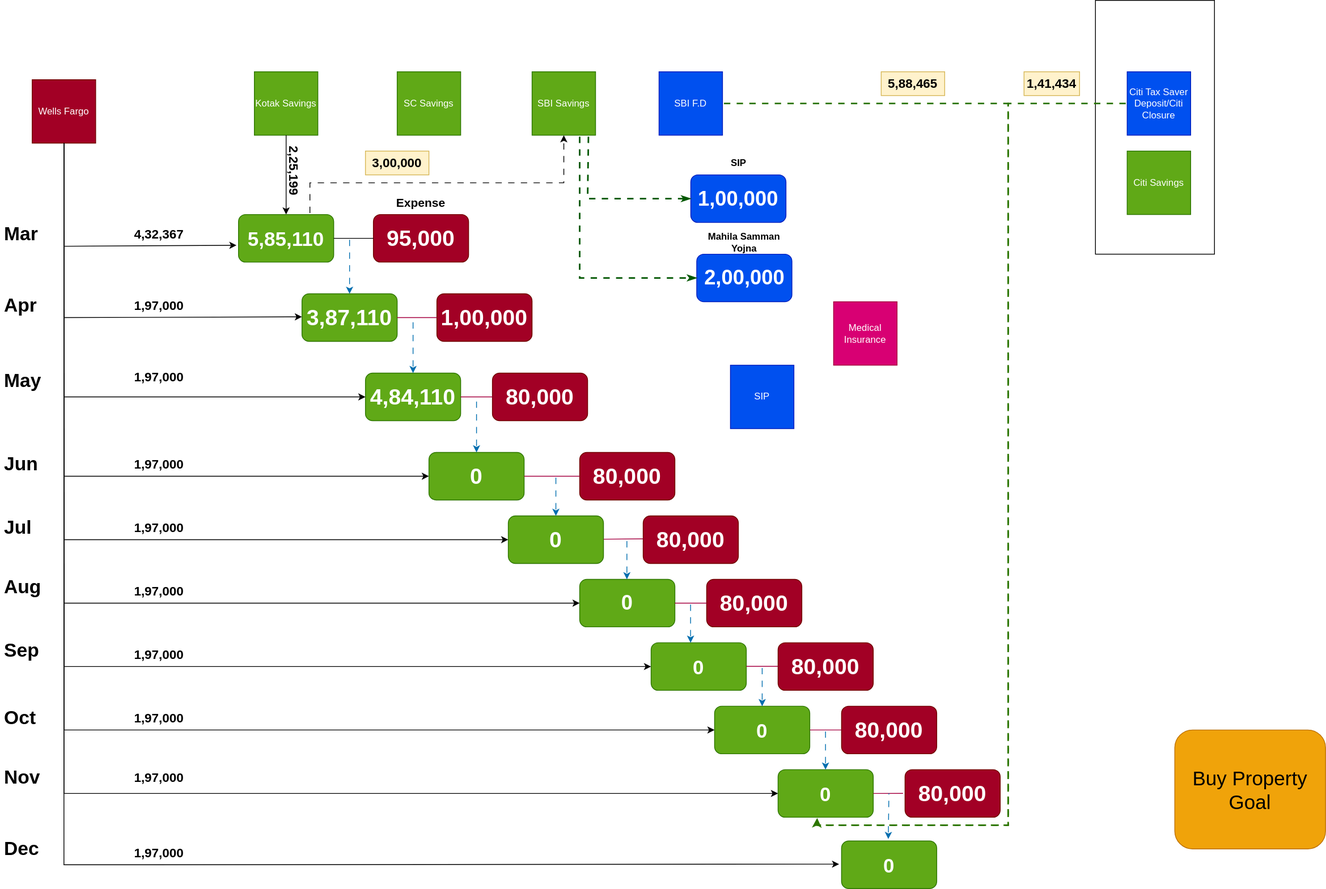
uchiharizvi/design-diagrams keeps this draw.io diagram as Investments.drawio.svg. Above is the earlier version. Source tidied: cells renumbered, new cells last; positions are measured from the earlier drawing's top-left corner, leaving out a move shared by most shapes.
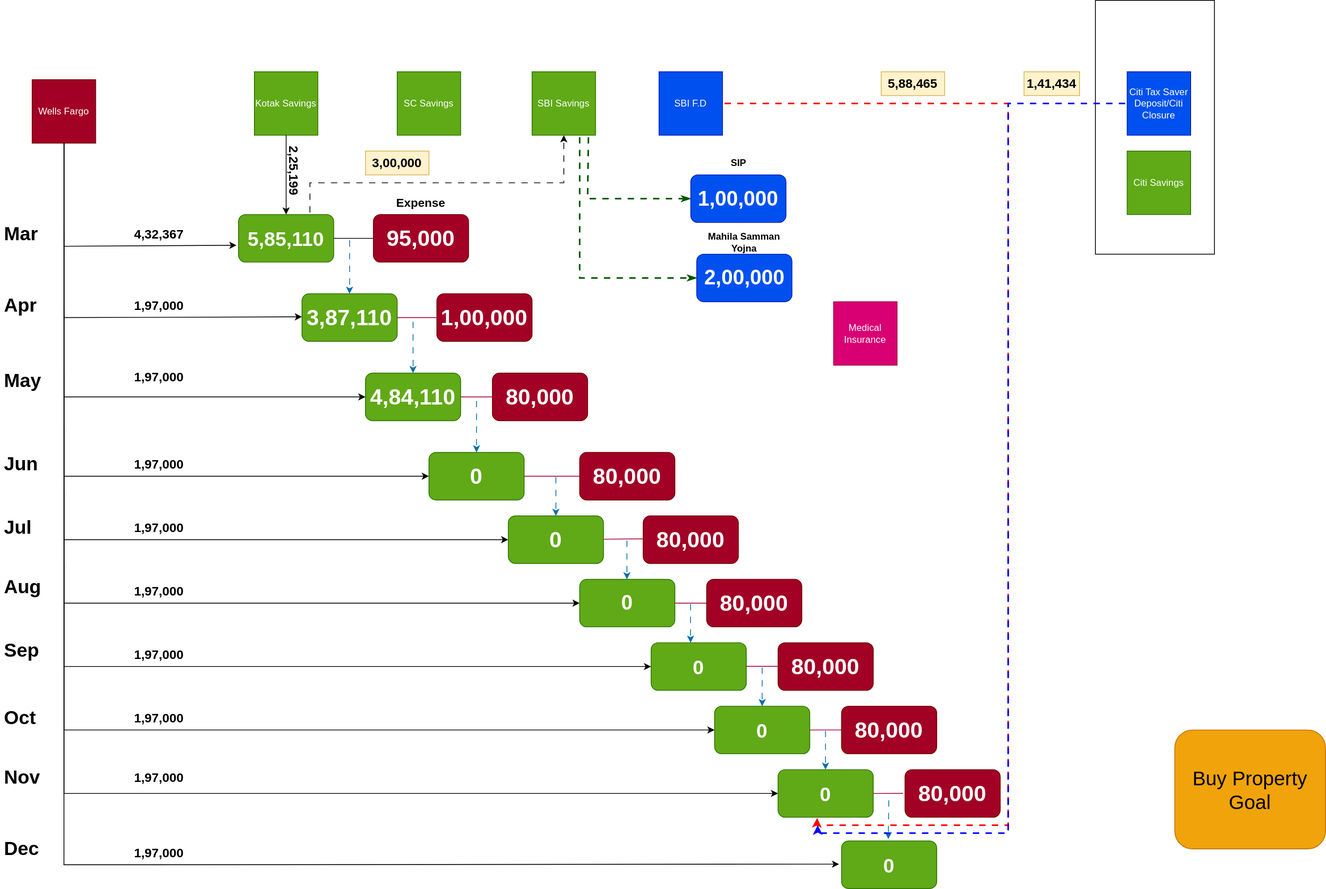
Later version of the same file.

Change to the diagram source:
```diff
@@ -306,7 +306,7 @@
     <mxCell id="73" value="&lt;h1&gt;Nov&lt;/h1&gt;" style="text;html=1;spacing=5;spacingTop=-20;whiteSpace=wrap;overflow=hidden;rounded=0;" parent="1" vertex="1">
       <mxGeometry y="960" width="110" height="40" as="geometry" />
     </mxCell>
-    <mxCell id="74" style="endArrow=classic;html=1;rounded=0;exitX=1;exitY=0.5;exitDx=0;exitDy=0;entryX=0.411;entryY=1.015;entryDx=0;entryDy=0;fillColor=#60a917;strokeColor=#2D7600;flowAnimation=1;strokeWidth=2;entryPerimeter=0;" parent="1" edge="1" source="76" target="69">
+    <mxCell id="74" style="endArrow=classic;html=1;rounded=0;exitX=1;exitY=0.5;exitDx=0;exitDy=0;entryX=0.411;entryY=1.015;entryDx=0;entryDy=0;fillColor=#60a917;strokeColor=#FF0000;flowAnimation=1;strokeWidth=2;entryPerimeter=0;" parent="1" edge="1" source="76" target="69">
       <mxGeometry relative="1" as="geometry">
         <Array as="points">
           <mxPoint x="1270" y="130" />
@@ -355,14 +355,14 @@
     <mxCell id="84" value="Citi Tax Saver Deposit/Citi Closure" style="whiteSpace=wrap;html=1;fillColor=#0050ef;fontColor=#ffffff;strokeColor=#001DBC;" parent="1" vertex="1">
       <mxGeometry x="1420" y="90" width="80" height="80" as="geometry" />
     </mxCell>
-    <mxCell id="85" style="endArrow=none;html=1;rounded=0;exitX=0;exitY=0.5;exitDx=0;exitDy=0;fillColor=#60a917;strokeColor=#2D7600;flowAnimation=1;strokeWidth=2;endFill=0;" parent="1" edge="1" source="84">
+    <mxCell id="85" style="endArrow=classic;html=1;rounded=0;exitX=0;exitY=0.5;exitDx=0;exitDy=0;fillColor=#60a917;strokeColor=#0000FF;flowAnimation=1;strokeWidth=2;endFill=1;" parent="1" edge="1" source="84">
       <mxGeometry relative="1" as="geometry">
         <mxPoint x="1030" y="1040" as="targetPoint" />
         <Array as="points">
           <mxPoint x="1270" y="130" />
           <mxPoint x="1270" y="840" />
-          <mxPoint x="1270" y="1040" />
-          <mxPoint x="1030" y="1040" />
+          <mxPoint x="1270" y="1050" />
+          <mxPoint x="1030" y="1050" />
         </Array>
       </mxGeometry>
     </mxCell>
@@ -383,9 +383,6 @@
     <mxCell id="89" value="&lt;font style=&quot;font-size: 16px;&quot;&gt;3,00,000&lt;/font&gt;" style="text;html=1;align=center;verticalAlign=middle;whiteSpace=wrap;rounded=0;fontStyle=1;rotation=0;fillColor=#fff2cc;strokeColor=#d6b656;" parent="1" vertex="1">
       <mxGeometry x="460" y="190" width="80" height="30" as="geometry" />
     </mxCell>
-    <mxCell id="90" value="SIP" style="whiteSpace=wrap;html=1;fillColor=#0050ef;fontColor=#ffffff;strokeColor=#001DBC;" parent="1" vertex="1">
-      <mxGeometry x="920" y="460" width="80" height="80" as="geometry" />
-    </mxCell>
     <mxCell id="91" value="Medical Insurance" style="whiteSpace=wrap;html=1;fillColor=#d80073;fontColor=#ffffff;strokeColor=#A50040;" parent="1" vertex="1">
       <mxGeometry x="1050" y="380" width="80" height="80" as="geometry" />
     </mxCell>
```
